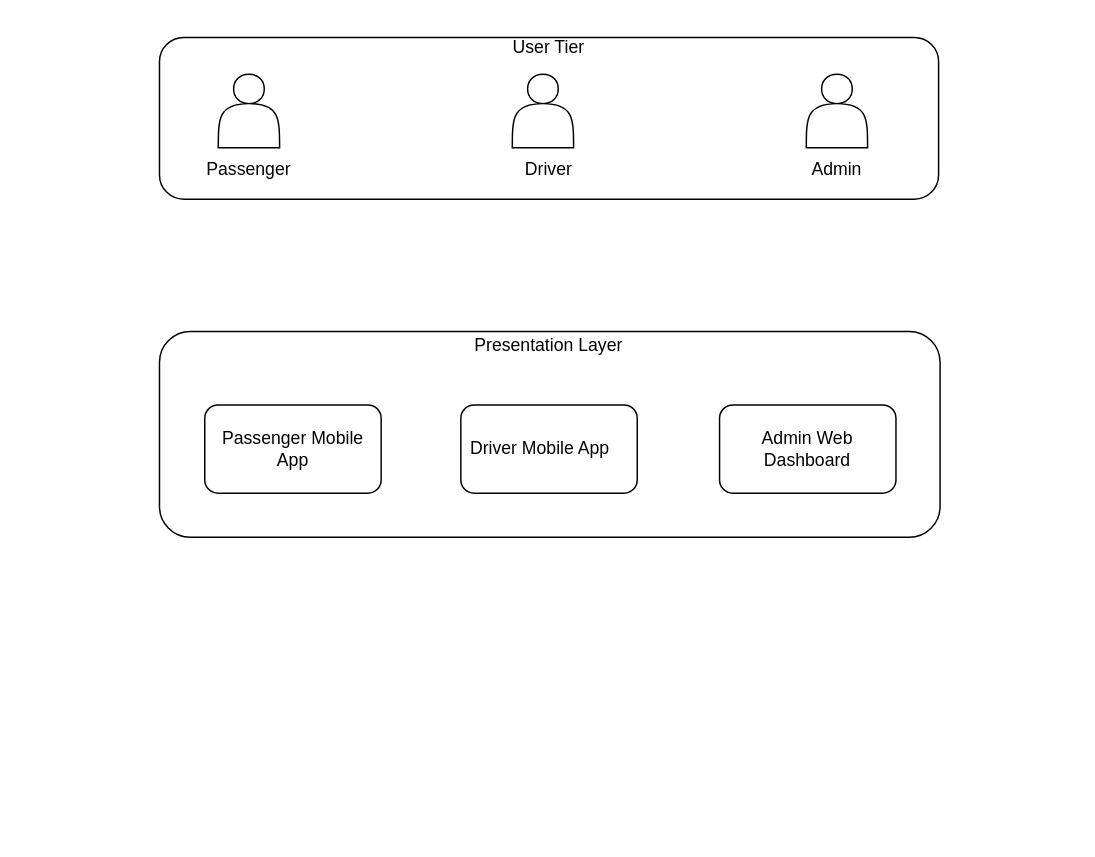
Before: SEPP_CW2_ System_Architectural_Diagram.drawio in Anuja-jayasinghe/DrawIo_Projects, a draw.io diagram. Source tidied: cells renumbered, new cells numbered last; positions are measured from the earlier drawing's top-left corner, leaving out a move shared by most shapes. Both pictures are drawn from the tidied source at 147%, with x=0, y=0 at pixel (159, 25).
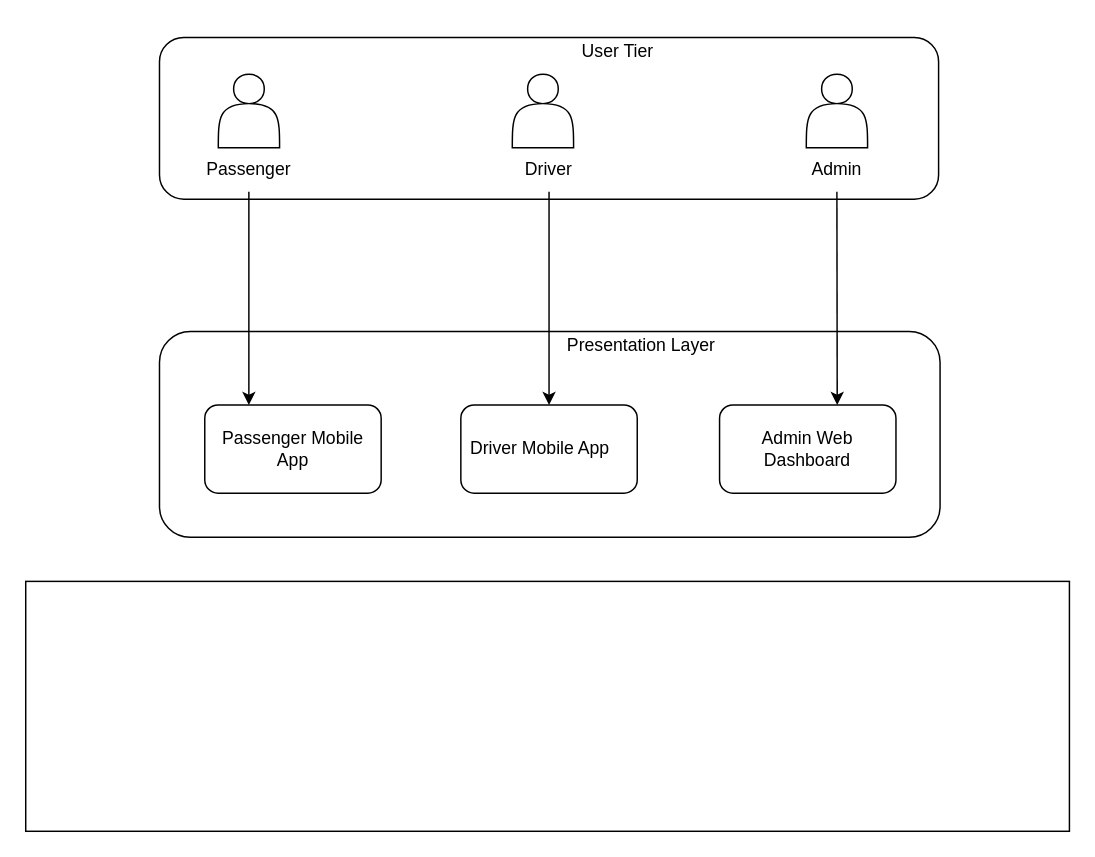
The same diagram, later.

The edit, as a diff of the source:
```diff
@@
 <mxGraphModel>
   <root>
     <mxCell id="0" />
     <mxCell id="1" parent="0" />
     <mxCell id="2" style="rounded=1;whiteSpace=wrap;html=1;" parent="1" vertex="1">
       <mxGeometry y="8" width="530" height="110" as="geometry" />
     </mxCell>
     <mxCell id="3" style="shape=actor;whiteSpace=wrap;html=1;" parent="1" vertex="1">
       <mxGeometry x="40" y="33" width="41.7" height="50" as="geometry" />
     </mxCell>
     <mxCell id="4" style="shape=actor;whiteSpace=wrap;html=1;" parent="1" vertex="1">
       <mxGeometry x="440" y="33" width="41.7" height="50" as="geometry" />
     </mxCell>
     <mxCell id="5" style="shape=actor;whiteSpace=wrap;html=1;" parent="1" vertex="1">
       <mxGeometry x="240" y="33" width="41.7" height="50" as="geometry" />
     </mxCell>
     <mxCell id="6" value="Passenger" style="text;html=1;whiteSpace=wrap;strokeColor=none;fillColor=none;align=center;verticalAlign=middle;rounded=0;" parent="1" vertex="1">
       <mxGeometry x="30.8" y="83" width="60" height="30" as="geometry" />
     </mxCell>
     <mxCell id="7" value="Admin" style="text;html=1;whiteSpace=wrap;strokeColor=none;fillColor=none;align=center;verticalAlign=middle;rounded=0;" parent="1" vertex="1">
       <mxGeometry x="430.8" y="83" width="60" height="30" as="geometry" />
     </mxCell>
     <mxCell id="8" value="Driver" style="text;html=1;whiteSpace=wrap;strokeColor=none;fillColor=none;align=center;verticalAlign=middle;rounded=0;" parent="1" vertex="1">
       <mxGeometry x="235" y="83" width="60" height="30" as="geometry" />
     </mxCell>
     <mxCell id="9" style="rounded=1;whiteSpace=wrap;html=1;" parent="1" vertex="1">
       <mxGeometry y="208" width="531" height="140" as="geometry" />
     </mxCell>
     <mxCell id="10" value="User Tier" style="text;html=1;whiteSpace=wrap;strokeColor=none;fillColor=none;align=center;verticalAlign=middle;rounded=0;" parent="1" vertex="1">
-      <mxGeometry x="235" width="60" height="30" as="geometry" />
+      <mxGeometry x="281.7" y="3" width="60" height="30" as="geometry" />
     </mxCell>
     <mxCell id="11" value="Presentation Layer" style="text;html=1;whiteSpace=wrap;strokeColor=none;fillColor=none;align=center;verticalAlign=middle;rounded=0;" parent="1" vertex="1">
-      <mxGeometry x="202" y="203" width="126" height="30" as="geometry" />
+      <mxGeometry x="265" y="203" width="126" height="30" as="geometry" />
     </mxCell>
     <mxCell id="12" value="Passenger Mobile App" style="rounded=1;whiteSpace=wrap;html=1;" parent="1" vertex="1">
       <mxGeometry x="30.8" y="258" width="120" height="60" as="geometry" />
     </mxCell>
     <mxCell id="13" value="Admin Web Dashboard" style="rounded=1;whiteSpace=wrap;html=1;" parent="1" vertex="1">
       <mxGeometry x="381" y="258" width="120" height="60" as="geometry" />
     </mxCell>
     <mxCell id="14" value="Driver Mobile App&lt;span style=&quot;white-space: pre;&quot;&gt;&#9;&lt;/span&gt;" style="rounded=1;whiteSpace=wrap;html=1;" parent="1" vertex="1">
       <mxGeometry x="205" y="258" width="120" height="60" as="geometry" />
     </mxCell>
+    <mxCell id="15" style="endArrow=classic;html=1;rounded=0;exitX=0.5;exitY=1;exitDx=0;exitDy=0;entryX=0.25;entryY=0;entryDx=0;entryDy=0;" parent="1" edge="1" source="6" target="12">
+      <mxGeometry relative="1" as="geometry" />
+    </mxCell>
+    <mxCell id="16" style="endArrow=classic;html=1;rounded=0;" parent="1" edge="1" source="8" target="14">
+      <mxGeometry relative="1" as="geometry" />
+    </mxCell>
+    <mxCell id="17" style="endArrow=classic;html=1;rounded=0;entryX=0.667;entryY=0;entryDx=0;entryDy=0;entryPerimeter=0;" parent="1" edge="1" source="7" target="13">
+      <mxGeometry relative="1" as="geometry" />
+    </mxCell>
+    <mxCell id="18" style="rounded=0;whiteSpace=wrap;html=1;" parent="1" vertex="1">
+      <mxGeometry x="-91" y="378" width="710" height="170" as="geometry" />
+    </mxCell>
   </root>
 </mxGraphModel>
```
